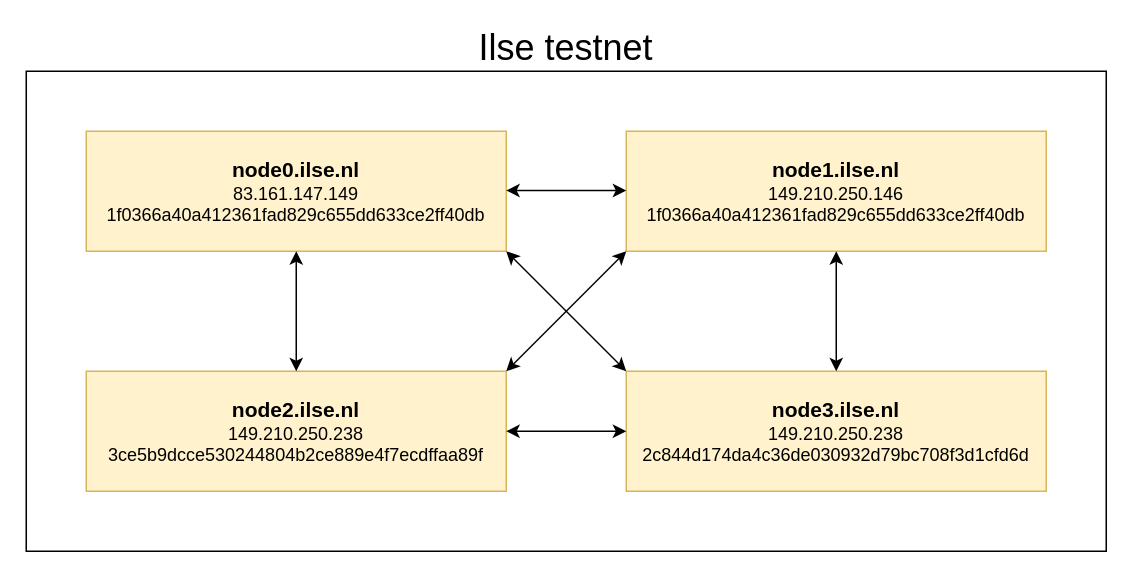
Above: Untitled Diagram.drawio in ArjanBorst/ilseTestnet (draw.io), before the change. Source tidied: cells renumbered, new cells numbered last; positions are measured from the earlier drawing's top-left corner, leaving out a move shared by most shapes. Both pictures are drawn from the tidied source at 150%, with x=0, y=0 at pixel (26, 26).
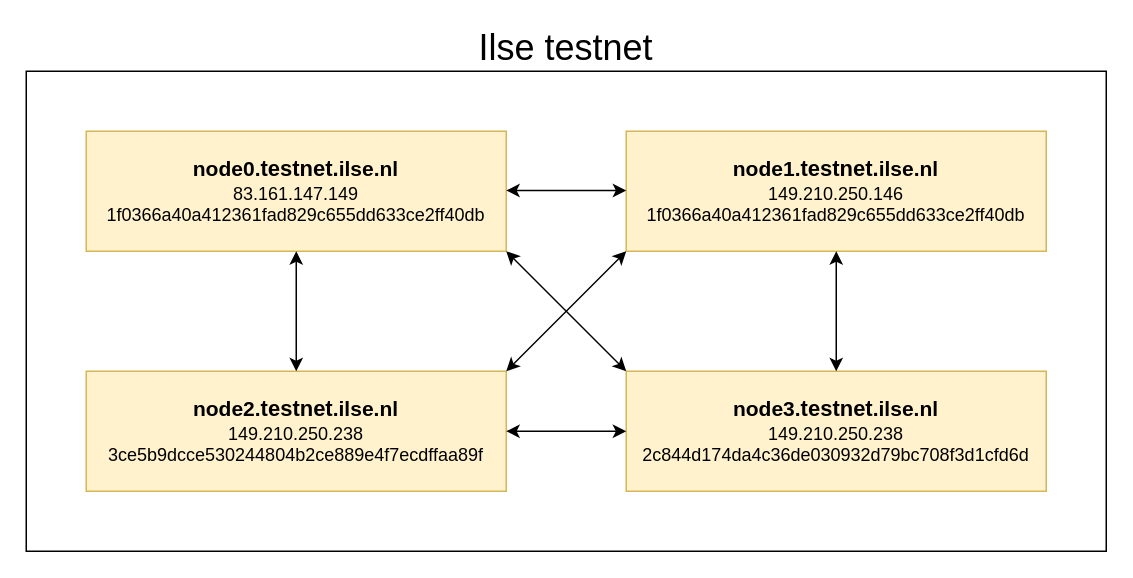
The same diagram, later.

The edit, as a diff of the source:
```diff
@@
 <mxGraphModel>
   <root>
     <mxCell id="0" />
     <mxCell id="1" parent="0" />
     <mxCell id="2" value="&lt;h1&gt;&lt;br&gt;&lt;/h1&gt;" style="rounded=0;whiteSpace=wrap;html=1;fontSize=14;align=center;" parent="1" vertex="1">
       <mxGeometry y="30" width="720" height="320" as="geometry" />
     </mxCell>
-    <mxCell id="3" value="&lt;b&gt;&lt;font style=&quot;font-size: 14px&quot;&gt;node0.ilse.nl&lt;/font&gt;&lt;/b&gt;&lt;br&gt;&lt;span&gt;83.161.147.149&lt;/span&gt;&lt;br&gt;&lt;span&gt;1f0366a40a412361fad829c655dd633ce2ff40db&lt;/span&gt;" style="rounded=0;whiteSpace=wrap;html=1;fillColor=#fff2cc;strokeColor=#d6b656;" parent="1" vertex="1">
+    <mxCell id="3" value="&lt;b&gt;&lt;font style=&quot;font-size: 14px&quot;&gt;node0.&lt;/font&gt;&lt;/b&gt;&lt;span id=&quot;docs-internal-guid-7cc5f453-7fff-6f5f-665c-29763454acb6&quot;&gt;&lt;span style=&quot;font-size: 11pt ; font-family: &amp;#34;arial&amp;#34; ; background-color: transparent ; vertical-align: baseline&quot;&gt;&lt;b&gt;testnet.&lt;/b&gt;&lt;/span&gt;&lt;/span&gt;&lt;b&gt;&lt;font style=&quot;font-size: 14px&quot;&gt;ilse.nl&lt;/font&gt;&lt;/b&gt;&lt;br&gt;&lt;span&gt;83.161.147.149&lt;/span&gt;&lt;br&gt;&lt;span&gt;1f0366a40a412361fad829c655dd633ce2ff40db&lt;/span&gt;" style="rounded=0;whiteSpace=wrap;html=1;fillColor=#fff2cc;strokeColor=#d6b656;" parent="1" vertex="1">
       <mxGeometry x="40" y="70" width="280" height="80" as="geometry" />
     </mxCell>
-    <mxCell id="4" value="&lt;b&gt;&lt;font style=&quot;font-size: 14px&quot;&gt;node1.ilse.nl&lt;/font&gt;&lt;/b&gt;&lt;br&gt;149.210.250.146&lt;br&gt;&lt;span&gt;1f0366a40a412361fad829c655dd633ce2ff40db&lt;/span&gt;" style="rounded=0;whiteSpace=wrap;html=1;fillColor=#fff2cc;strokeColor=#d6b656;" parent="1" vertex="1">
+    <mxCell id="4" value="&lt;b&gt;&lt;font style=&quot;font-size: 14px&quot;&gt;node1.&lt;/font&gt;&lt;/b&gt;&lt;b style=&quot;font-family: &amp;#34;arial&amp;#34; ; font-size: 14.6667px&quot;&gt;testnet.&lt;/b&gt;&lt;b&gt;&lt;font style=&quot;font-size: 14px&quot;&gt;ilse.nl&lt;/font&gt;&lt;/b&gt;&lt;br&gt;149.210.250.146&lt;br&gt;&lt;span&gt;1f0366a40a412361fad829c655dd633ce2ff40db&lt;/span&gt;" style="rounded=0;whiteSpace=wrap;html=1;fillColor=#fff2cc;strokeColor=#d6b656;" parent="1" vertex="1">
       <mxGeometry x="400" y="70" width="280" height="80" as="geometry" />
     </mxCell>
-    <mxCell id="5" value="&lt;b&gt;&lt;font style=&quot;font-size: 14px&quot;&gt;node2.ilse.nl&lt;/font&gt;&lt;/b&gt;&lt;br&gt;149.210.250.238&lt;br&gt;3ce5b9dcce530244804b2ce889e4f7ecdffaa89f" style="rounded=0;whiteSpace=wrap;html=1;fillColor=#fff2cc;strokeColor=#d6b656;" parent="1" vertex="1">
+    <mxCell id="5" value="&lt;b&gt;&lt;font style=&quot;font-size: 14px&quot;&gt;node2.&lt;/font&gt;&lt;/b&gt;&lt;b style=&quot;font-family: &amp;#34;arial&amp;#34; ; font-size: 14.6667px&quot;&gt;testnet&lt;/b&gt;&lt;b&gt;&lt;font style=&quot;font-size: 14px&quot;&gt;.ilse.nl&lt;/font&gt;&lt;/b&gt;&lt;br&gt;149.210.250.238&lt;br&gt;3ce5b9dcce530244804b2ce889e4f7ecdffaa89f" style="rounded=0;whiteSpace=wrap;html=1;fillColor=#fff2cc;strokeColor=#d6b656;" parent="1" vertex="1">
       <mxGeometry x="40" y="230" width="280" height="80" as="geometry" />
     </mxCell>
-    <mxCell id="6" value="&lt;b&gt;&lt;font style=&quot;font-size: 14px&quot;&gt;node3.ilse.nl&lt;/font&gt;&lt;/b&gt;&lt;br&gt;149.210.250.238&lt;br&gt;2c844d174da4c36de030932d79bc708f3d1cfd6d" style="rounded=0;whiteSpace=wrap;html=1;fillColor=#fff2cc;strokeColor=#d6b656;" parent="1" vertex="1">
+    <mxCell id="6" value="&lt;b&gt;&lt;font style=&quot;font-size: 14px&quot;&gt;node3.&lt;/font&gt;&lt;/b&gt;&lt;b style=&quot;font-family: &amp;#34;arial&amp;#34; ; font-size: 14.6667px&quot;&gt;testnet&lt;/b&gt;&lt;b&gt;&lt;font style=&quot;font-size: 14px&quot;&gt;.ilse.nl&lt;/font&gt;&lt;/b&gt;&lt;br&gt;149.210.250.238&lt;br&gt;2c844d174da4c36de030932d79bc708f3d1cfd6d" style="rounded=0;whiteSpace=wrap;html=1;fillColor=#fff2cc;strokeColor=#d6b656;" parent="1" vertex="1">
       <mxGeometry x="400" y="230" width="280" height="80" as="geometry" />
     </mxCell>
     <mxCell id="7" style="endArrow=classic;startArrow=classic;html=1;rounded=0;fontSize=24;entryX=0.5;entryY=1;entryDx=0;entryDy=0;" parent="1" edge="1" source="5" target="3">
       <mxGeometry relative="1" as="geometry" />
     </mxCell>
     <mxCell id="8" style="endArrow=classic;startArrow=classic;html=1;rounded=0;fontSize=24;entryX=0;entryY=0.5;entryDx=0;entryDy=0;exitX=1;exitY=0.5;exitDx=0;exitDy=0;" parent="1" edge="1" source="5" target="6">
       <mxGeometry relative="1" as="geometry" />
     </mxCell>
     <mxCell id="9" style="endArrow=classic;startArrow=classic;html=1;rounded=0;fontSize=24;entryX=0;entryY=0.5;entryDx=0;entryDy=0;exitX=1;exitY=0.5;exitDx=0;exitDy=0;" parent="1" edge="1">
       <mxGeometry relative="1" as="geometry">
         <mxPoint x="320" y="109.5" as="sourcePoint" />
         <mxPoint x="400" y="109.5" as="targetPoint" />
       </mxGeometry>
     </mxCell>
     <mxCell id="10" style="endArrow=classic;startArrow=classic;html=1;rounded=0;fontSize=24;entryX=0.5;entryY=0;entryDx=0;entryDy=0;exitX=0.5;exitY=1;exitDx=0;exitDy=0;" parent="1" edge="1" source="4" target="6">
       <mxGeometry relative="1" as="geometry" />
     </mxCell>
     <mxCell id="11" style="endArrow=classic;startArrow=classic;html=1;rounded=0;fontSize=24;entryX=0;entryY=0;entryDx=0;entryDy=0;exitX=1;exitY=1;exitDx=0;exitDy=0;" parent="1" edge="1" source="3" target="6">
       <mxGeometry relative="1" as="geometry" />
     </mxCell>
     <mxCell id="12" style="endArrow=classic;startArrow=classic;html=1;rounded=0;fontSize=24;entryX=1;entryY=0;entryDx=0;entryDy=0;exitX=0;exitY=1;exitDx=0;exitDy=0;" parent="1" edge="1" source="4" target="5">
       <mxGeometry relative="1" as="geometry" />
     </mxCell>
     <mxCell id="13" value="Ilse testnet" style="text;html=1;strokeColor=none;fillColor=none;align=center;verticalAlign=middle;whiteSpace=wrap;rounded=0;fontSize=24;" parent="1" vertex="1">
       <mxGeometry x="280" width="160" height="30" as="geometry" />
     </mxCell>
   </root>
 </mxGraphModel>
```
